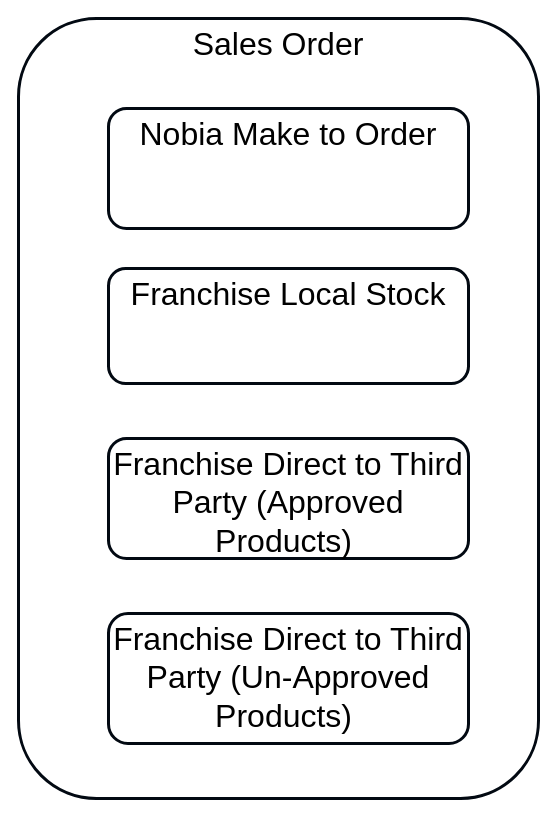
mrf742002/Diagrams keeps this draw.io diagram as page "Page-9" (13 of 13) of Franchise.drawio. Above is the earlier version. Source tidied: cells renumbered, new cells numbered last; positions are measured from the earlier drawing's top-left corner, leaving out a move shared by most shapes. Both pictures are drawn from the tidied source at 100%, with x=0, y=0 at pixel (18, 18).
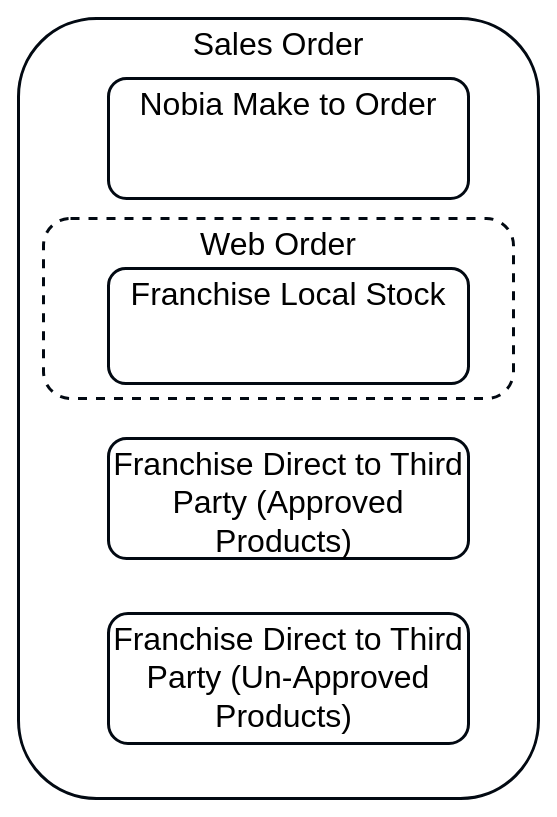
After the change.

Change to the diagram source:
```diff
@@
 <mxGraphModel>
   <root>
     <mxCell id="0" />
     <mxCell id="1" parent="0" />
     <mxCell id="2" value="&lt;font style=&quot;font-size: 32px&quot;&gt;Sales Order&lt;br&gt;&lt;/font&gt;" style="rounded=1;whiteSpace=wrap;html=1;verticalAlign=top;strokeWidth=3;strokeColor=#020912;" parent="1" vertex="1">
       <mxGeometry width="520" height="780" as="geometry" />
     </mxCell>
+    <mxCell id="7" value="&lt;font style=&quot;font-size: 32px&quot;&gt;Web Order&lt;br&gt;&lt;/font&gt;" style="rounded=1;whiteSpace=wrap;html=1;verticalAlign=top;strokeWidth=3;strokeColor=#020912;dashed=1;" parent="1" vertex="1">
+      <mxGeometry x="25" y="200" width="470" height="180" as="geometry" />
+    </mxCell>
     <mxCell id="3" value="&lt;font style=&quot;font-size: 32px&quot;&gt;Nobia Make to Order&lt;br&gt;&lt;/font&gt;" style="rounded=1;whiteSpace=wrap;html=1;verticalAlign=top;strokeWidth=3;strokeColor=#020912;" parent="1" vertex="1">
-      <mxGeometry x="90" y="90" width="360" height="120" as="geometry" />
+      <mxGeometry x="90" y="60" width="360" height="120" as="geometry" />
     </mxCell>
     <mxCell id="4" value="&lt;font style=&quot;font-size: 32px&quot;&gt;Franchise Local Stock&lt;br&gt;&lt;/font&gt;" style="rounded=1;whiteSpace=wrap;html=1;verticalAlign=top;strokeWidth=3;strokeColor=#020912;" parent="1" vertex="1">
       <mxGeometry x="90" y="250" width="360" height="115" as="geometry" />
     </mxCell>
     <mxCell id="5" value="&lt;font style=&quot;font-size: 32px&quot;&gt;Franchise Direct to Third Party (Approved Products)&amp;nbsp;&lt;br&gt;&lt;/font&gt;" style="rounded=1;whiteSpace=wrap;html=1;verticalAlign=top;strokeWidth=3;strokeColor=#020912;" parent="1" vertex="1">
       <mxGeometry x="90" y="420" width="360" height="120" as="geometry" />
     </mxCell>
     <mxCell id="6" value="&lt;font style=&quot;font-size: 32px&quot;&gt;Franchise Direct to Third Party (Un-Approved Products)&amp;nbsp;&lt;br&gt;&lt;/font&gt;" style="rounded=1;whiteSpace=wrap;html=1;verticalAlign=top;strokeWidth=3;strokeColor=#020912;" parent="1" vertex="1">
       <mxGeometry x="90" y="595" width="360" height="130" as="geometry" />
     </mxCell>
   </root>
 </mxGraphModel>
```
